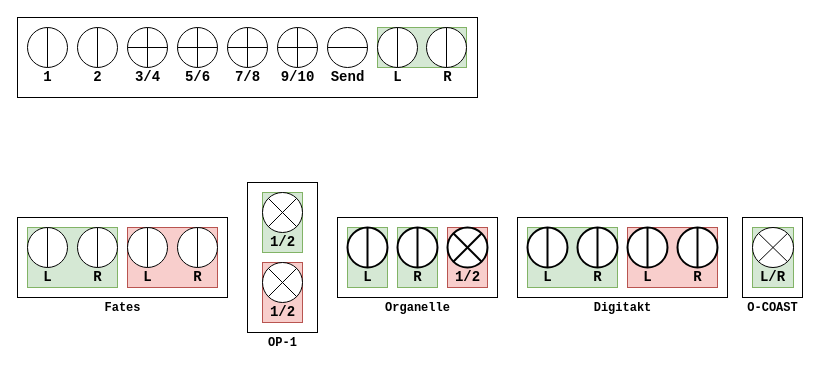
Earlier version of the draw.io diagram mixer.drawio (pfig/transmission). Source tidied: cells renumbered, new cells numbered last; positions are measured from the earlier drawing's top-left corner, leaving out a move shared by most shapes. Both pictures are drawn from the tidied source at 100%, with x=0, y=0 at pixel (17, 17).
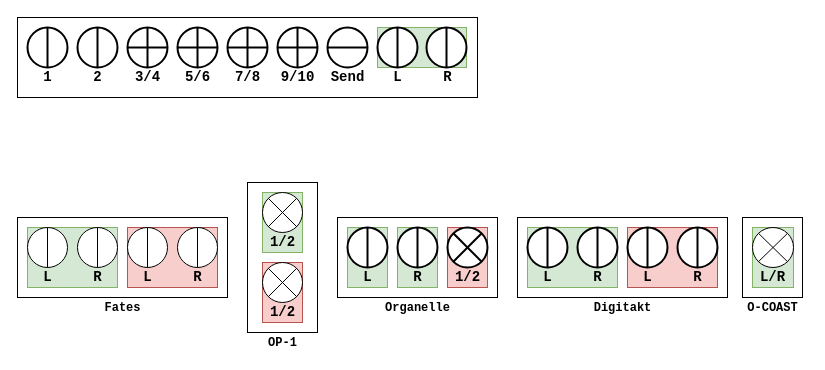
The same page after the edit.

Commit message:
Fixed jack size

The change refers to these unchanged cells:
```xml
<mxCell id="6" style="group;" parent="5" vertex="1">
  <mxGeometry x="49" width="40" height="40" as="geometry" />
</mxCell>
<mxCell id="8" style="group;" parent="5" vertex="1">
  <mxGeometry width="40" height="40" as="geometry" />
</mxCell>
<mxCell id="12" style="group;" parent="2" vertex="1">
  <mxGeometry x="305" y="10" width="50" height="60" as="geometry" />
</mxCell>
<mxCell id="15" style="group;" parent="2" vertex="1">
  <mxGeometry x="210" y="10" width="40" height="60" as="geometry" />
</mxCell>
<mxCell id="18" style="group;" parent="2" vertex="1">
  <mxGeometry x="160" y="10" width="40" height="60" as="geometry" />
</mxCell>
<mxCell id="21" style="group;" parent="2" vertex="1">
  <mxGeometry x="110" y="10" width="40" height="60" as="geometry" />
</mxCell>
<mxCell id="24" style="group;" parent="2" vertex="1">
  <mxGeometry x="60" y="10" width="40" height="60" as="geometry" />
</mxCell>
<mxCell id="27" style="group;" parent="2" vertex="1">
  <mxGeometry x="10" y="10" width="40" height="60" as="geometry" />
</mxCell>
<mxCell id="30" style="group;" parent="2" vertex="1">
  <mxGeometry x="260" y="10" width="45" height="60" as="geometry" />
</mxCell>
```

Change to the diagram source:
```diff
@@
-    <mxCell id="7" style="shape=lineEllipse;line=vertical;perimeter=ellipsePerimeter;whiteSpace=wrap;html=1;backgroundOutline=1;" parent="6" vertex="1">
+    <mxCell id="7" style="shape=lineEllipse;line=vertical;perimeter=ellipsePerimeter;whiteSpace=wrap;html=1;backgroundOutline=1;strokeWidth=2;" parent="6" vertex="1">
       <mxGeometry width="40" height="40" as="geometry" />
     </mxCell>
@@
-    <mxCell id="9" style="shape=lineEllipse;line=vertical;perimeter=ellipsePerimeter;whiteSpace=wrap;html=1;backgroundOutline=1;" parent="8" vertex="1">
+    <mxCell id="9" style="shape=lineEllipse;line=vertical;perimeter=ellipsePerimeter;whiteSpace=wrap;html=1;backgroundOutline=1;strokeWidth=2;" parent="8" vertex="1">
       <mxGeometry width="40" height="40" as="geometry" />
     </mxCell>
@@
-    <mxCell id="13" style="shape=lineEllipse;perimeter=ellipsePerimeter;whiteSpace=wrap;html=1;backgroundOutline=1;" parent="12" vertex="1">
+    <mxCell id="13" style="shape=lineEllipse;perimeter=ellipsePerimeter;whiteSpace=wrap;html=1;backgroundOutline=1;strokeWidth=2;" parent="12" vertex="1">
       <mxGeometry x="5" width="40" height="40" as="geometry" />
     </mxCell>
@@
-    <mxCell id="16" style="shape=orEllipse;perimeter=ellipsePerimeter;whiteSpace=wrap;html=1;backgroundOutline=1;" parent="15" vertex="1">
+    <mxCell id="16" style="shape=orEllipse;perimeter=ellipsePerimeter;whiteSpace=wrap;html=1;backgroundOutline=1;strokeWidth=2;" parent="15" vertex="1">
       <mxGeometry width="40" height="40" as="geometry" />
     </mxCell>
@@
-    <mxCell id="19" style="shape=orEllipse;perimeter=ellipsePerimeter;whiteSpace=wrap;html=1;backgroundOutline=1;" parent="18" vertex="1">
+    <mxCell id="19" style="shape=orEllipse;perimeter=ellipsePerimeter;whiteSpace=wrap;html=1;backgroundOutline=1;strokeWidth=2;" parent="18" vertex="1">
       <mxGeometry width="40" height="40" as="geometry" />
     </mxCell>
@@
-    <mxCell id="22" style="shape=orEllipse;perimeter=ellipsePerimeter;whiteSpace=wrap;html=1;backgroundOutline=1;" parent="21" vertex="1">
+    <mxCell id="22" style="shape=orEllipse;perimeter=ellipsePerimeter;whiteSpace=wrap;html=1;backgroundOutline=1;strokeWidth=2;" parent="21" vertex="1">
       <mxGeometry width="40" height="40" as="geometry" />
     </mxCell>
@@
-    <mxCell id="25" style="shape=lineEllipse;line=vertical;perimeter=ellipsePerimeter;whiteSpace=wrap;html=1;backgroundOutline=1;" parent="24" vertex="1">
+    <mxCell id="25" style="shape=lineEllipse;line=vertical;perimeter=ellipsePerimeter;whiteSpace=wrap;html=1;backgroundOutline=1;strokeWidth=2;" parent="24" vertex="1">
       <mxGeometry width="40" height="40" as="geometry" />
     </mxCell>
@@
-    <mxCell id="28" style="shape=lineEllipse;line=vertical;perimeter=ellipsePerimeter;whiteSpace=wrap;html=1;backgroundOutline=1;" parent="27" vertex="1">
+    <mxCell id="28" style="shape=lineEllipse;line=vertical;perimeter=ellipsePerimeter;whiteSpace=wrap;html=1;backgroundOutline=1;strokeWidth=2;" parent="27" vertex="1">
       <mxGeometry width="40" height="40" as="geometry" />
     </mxCell>
@@
-    <mxCell id="31" style="shape=orEllipse;perimeter=ellipsePerimeter;whiteSpace=wrap;html=1;backgroundOutline=1;" parent="30" vertex="1">
+    <mxCell id="31" style="shape=orEllipse;perimeter=ellipsePerimeter;whiteSpace=wrap;html=1;backgroundOutline=1;strokeWidth=2;" parent="30" vertex="1">
       <mxGeometry width="40" height="40" as="geometry" />
     </mxCell>
```
